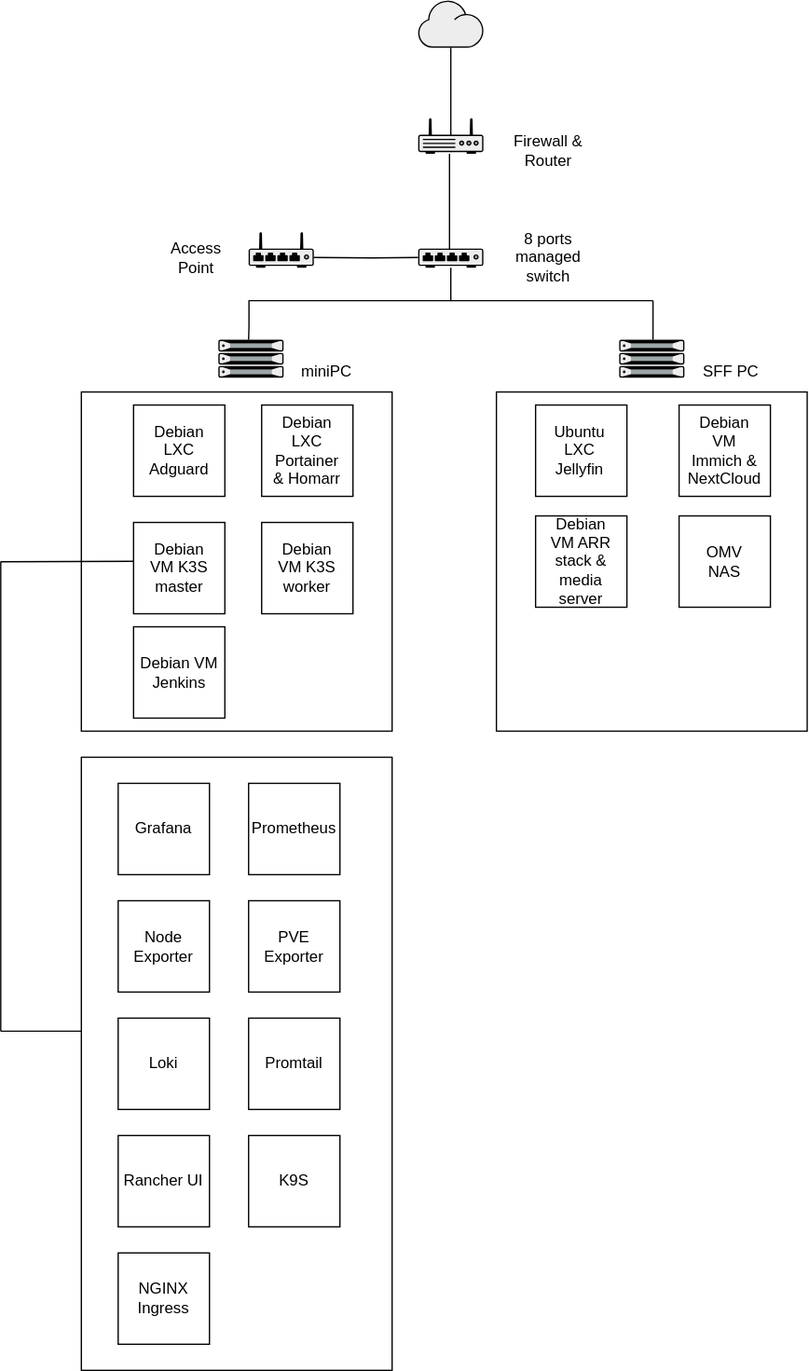
This is homelab.svg from AlexStefan17/homelab, a draw.io export, as it was before one commit. Source tidied: cells renumbered, new cells last; positions are measured from the earlier drawing's top-left corner, leaving out a move shared by most shapes.
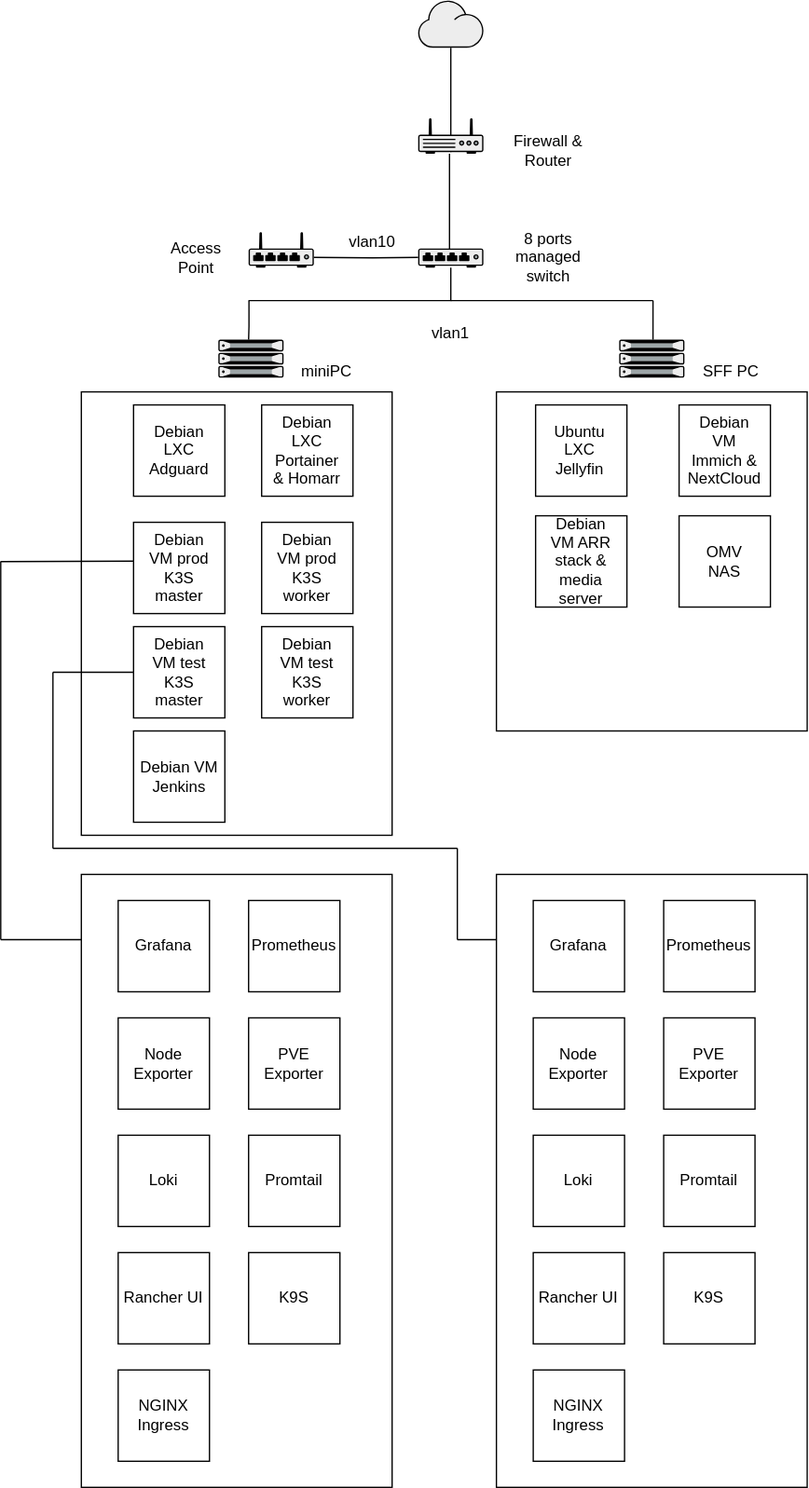
The same file after the commit.

What changed in the source:
```diff
@@ -3,7 +3,7 @@
     <mxCell id="0" />
     <mxCell id="1" parent="0" />
     <mxCell id="2" style="rounded=0;whiteSpace=wrap;html=1;" parent="1" vertex="1">
-      <mxGeometry x="61.8" y="300" width="238.2" height="260" as="geometry" />
+      <mxGeometry x="61.8" y="300" width="238.2" height="340" as="geometry" />
     </mxCell>
     <mxCell id="3" style="endArrow=none;html=1;rounded=0;" parent="1" edge="1">
       <mxGeometry relative="1" as="geometry">
@@ -107,17 +107,17 @@
     <mxCell id="25" style="whiteSpace=wrap;html=1;" parent="1" vertex="1">
       <mxGeometry x="101.8" y="400" width="70" height="70" as="geometry" />
     </mxCell>
-    <mxCell id="26" value="Debian VM K3S master" style="text;html=1;whiteSpace=wrap;strokeColor=none;fillColor=none;align=center;verticalAlign=middle;rounded=0;" parent="1" vertex="1">
+    <mxCell id="26" value="Debian VM prod K3S master" style="text;html=1;whiteSpace=wrap;strokeColor=none;fillColor=none;align=center;verticalAlign=middle;rounded=0;" parent="1" vertex="1">
       <mxGeometry x="106.8" y="420" width="60" height="30" as="geometry" />
     </mxCell>
     <mxCell id="27" style="whiteSpace=wrap;html=1;" parent="1" vertex="1">
       <mxGeometry x="200" y="400" width="70" height="70" as="geometry" />
     </mxCell>
-    <mxCell id="28" value="Debian VM K3S worker" style="text;html=1;whiteSpace=wrap;strokeColor=none;fillColor=none;align=center;verticalAlign=middle;rounded=0;" parent="1" vertex="1">
+    <mxCell id="28" value="Debian VM prod K3S worker" style="text;html=1;whiteSpace=wrap;strokeColor=none;fillColor=none;align=center;verticalAlign=middle;rounded=0;" parent="1" vertex="1">
       <mxGeometry x="205" y="420" width="60" height="30" as="geometry" />
     </mxCell>
     <mxCell id="29" value="Debian VM&lt;br&gt;Jenkins" style="whiteSpace=wrap;html=1;" parent="1" vertex="1">
-      <mxGeometry x="101.8" y="480" width="70" height="70" as="geometry" />
+      <mxGeometry x="101.8" y="560" width="70" height="70" as="geometry" />
     </mxCell>
     <mxCell id="30" style="rounded=0;whiteSpace=wrap;html=1;" parent="1" vertex="1">
       <mxGeometry x="380" y="300" width="238.2" height="260" as="geometry" />
@@ -146,41 +146,35 @@
         <mxPoint x="101.8" y="429.8" as="targetPoint" />
       </mxGeometry>
     </mxCell>
-    <mxCell id="38" style="endArrow=none;html=1;rounded=0;" parent="1" edge="1">
-      <mxGeometry relative="1" as="geometry">
-        <mxPoint y="790" as="sourcePoint" />
-        <mxPoint y="430" as="targetPoint" />
-      </mxGeometry>
-    </mxCell>
     <mxCell id="39" style="rounded=0;whiteSpace=wrap;html=1;" parent="1" vertex="1">
-      <mxGeometry x="61.8" y="580" width="238.2" height="470" as="geometry" />
+      <mxGeometry x="61.8" y="670" width="238.2" height="470" as="geometry" />
     </mxCell>
     <mxCell id="40" value="Grafana" style="whiteSpace=wrap;html=1;" parent="1" vertex="1">
-      <mxGeometry x="90" y="600" width="70" height="70" as="geometry" />
+      <mxGeometry x="90" y="690" width="70" height="70" as="geometry" />
     </mxCell>
     <mxCell id="41" value="Prometheus" style="whiteSpace=wrap;html=1;" parent="1" vertex="1">
-      <mxGeometry x="190" y="600" width="70" height="70" as="geometry" />
+      <mxGeometry x="190" y="690" width="70" height="70" as="geometry" />
     </mxCell>
     <mxCell id="42" value="Node Exporter" style="whiteSpace=wrap;html=1;" parent="1" vertex="1">
-      <mxGeometry x="90" y="690" width="70" height="70" as="geometry" />
+      <mxGeometry x="90" y="780" width="70" height="70" as="geometry" />
     </mxCell>
     <mxCell id="43" value="PVE Exporter" style="whiteSpace=wrap;html=1;" parent="1" vertex="1">
-      <mxGeometry x="190" y="690" width="70" height="70" as="geometry" />
+      <mxGeometry x="190" y="780" width="70" height="70" as="geometry" />
     </mxCell>
     <mxCell id="44" value="Loki" style="whiteSpace=wrap;html=1;" parent="1" vertex="1">
-      <mxGeometry x="90" y="780" width="70" height="70" as="geometry" />
+      <mxGeometry x="90" y="870" width="70" height="70" as="geometry" />
     </mxCell>
     <mxCell id="45" value="Promtail" style="whiteSpace=wrap;html=1;" parent="1" vertex="1">
-      <mxGeometry x="190" y="780" width="70" height="70" as="geometry" />
+      <mxGeometry x="190" y="870" width="70" height="70" as="geometry" />
     </mxCell>
     <mxCell id="46" value="Rancher UI" style="whiteSpace=wrap;html=1;" parent="1" vertex="1">
-      <mxGeometry x="90" y="870" width="70" height="70" as="geometry" />
+      <mxGeometry x="90" y="960" width="70" height="70" as="geometry" />
     </mxCell>
     <mxCell id="47" value="K9S" style="whiteSpace=wrap;html=1;" parent="1" vertex="1">
-      <mxGeometry x="190" y="870" width="70" height="70" as="geometry" />
+      <mxGeometry x="190" y="960" width="70" height="70" as="geometry" />
     </mxCell>
     <mxCell id="48" value="NGINX Ingress" style="whiteSpace=wrap;html=1;" parent="1" vertex="1">
-      <mxGeometry x="90" y="960" width="70" height="70" as="geometry" />
+      <mxGeometry x="90" y="1050" width="70" height="70" as="geometry" />
     </mxCell>
     <mxCell id="49" style="whiteSpace=wrap;html=1;" parent="1" vertex="1">
       <mxGeometry x="520" y="395" width="70" height="70" as="geometry" />
@@ -190,9 +184,93 @@
     </mxCell>
     <mxCell id="51" style="endArrow=none;html=1;rounded=0;" parent="1" edge="1">
       <mxGeometry relative="1" as="geometry">
-        <mxPoint y="790" as="sourcePoint" />
-        <mxPoint x="61.8" y="790" as="targetPoint" />
+        <mxPoint y="720" as="sourcePoint" />
+        <mxPoint x="61.8" y="720" as="targetPoint" />
       </mxGeometry>
     </mxCell>
+    <mxCell id="52" style="whiteSpace=wrap;html=1;" parent="1" vertex="1">
+      <mxGeometry x="101.8" y="480" width="70" height="70" as="geometry" />
+    </mxCell>
+    <mxCell id="53" value="Debian VM test K3S master" style="text;html=1;whiteSpace=wrap;strokeColor=none;fillColor=none;align=center;verticalAlign=middle;rounded=0;" parent="1" vertex="1">
+      <mxGeometry x="106.8" y="500" width="60" height="30" as="geometry" />
+    </mxCell>
+    <mxCell id="54" style="whiteSpace=wrap;html=1;" parent="1" vertex="1">
+      <mxGeometry x="200" y="480" width="70" height="70" as="geometry" />
+    </mxCell>
+    <mxCell id="55" value="Debian VM test K3S worker" style="text;html=1;whiteSpace=wrap;strokeColor=none;fillColor=none;align=center;verticalAlign=middle;rounded=0;" parent="1" vertex="1">
+      <mxGeometry x="205" y="500" width="60" height="30" as="geometry" />
+    </mxCell>
+    <mxCell id="56" style="endArrow=none;html=1;rounded=0;" parent="1" edge="1">
+      <mxGeometry relative="1" as="geometry">
+        <mxPoint y="720" as="sourcePoint" />
+        <mxPoint y="430" as="targetPoint" />
+      </mxGeometry>
+    </mxCell>
+    <mxCell id="57" style="rounded=0;whiteSpace=wrap;html=1;" parent="1" vertex="1">
+      <mxGeometry x="380" y="670" width="238.2" height="470" as="geometry" />
+    </mxCell>
+    <mxCell id="58" value="Grafana" style="whiteSpace=wrap;html=1;" parent="1" vertex="1">
+      <mxGeometry x="408.2" y="690" width="70" height="70" as="geometry" />
+    </mxCell>
+    <mxCell id="59" value="Prometheus" style="whiteSpace=wrap;html=1;" parent="1" vertex="1">
+      <mxGeometry x="508.2" y="690" width="70" height="70" as="geometry" />
+    </mxCell>
+    <mxCell id="60" value="Node Exporter" style="whiteSpace=wrap;html=1;" parent="1" vertex="1">
+      <mxGeometry x="408.2" y="780" width="70" height="70" as="geometry" />
+    </mxCell>
+    <mxCell id="61" value="PVE Exporter" style="whiteSpace=wrap;html=1;" parent="1" vertex="1">
+      <mxGeometry x="508.2" y="780" width="70" height="70" as="geometry" />
+    </mxCell>
+    <mxCell id="62" value="Loki" style="whiteSpace=wrap;html=1;" parent="1" vertex="1">
+      <mxGeometry x="408.2" y="870" width="70" height="70" as="geometry" />
+    </mxCell>
+    <mxCell id="63" value="Promtail" style="whiteSpace=wrap;html=1;" parent="1" vertex="1">
+      <mxGeometry x="508.2" y="870" width="70" height="70" as="geometry" />
+    </mxCell>
+    <mxCell id="64" value="Rancher UI" style="whiteSpace=wrap;html=1;" parent="1" vertex="1">
+      <mxGeometry x="408.2" y="960" width="70" height="70" as="geometry" />
+    </mxCell>
+    <mxCell id="65" value="K9S" style="whiteSpace=wrap;html=1;" parent="1" vertex="1">
+      <mxGeometry x="508.2" y="960" width="70" height="70" as="geometry" />
+    </mxCell>
+    <mxCell id="66" value="NGINX Ingress" style="whiteSpace=wrap;html=1;" parent="1" vertex="1">
+      <mxGeometry x="408.2" y="1050" width="70" height="70" as="geometry" />
+    </mxCell>
+    <mxCell id="67" style="endArrow=none;html=1;rounded=0;" parent="1" edge="1">
+      <mxGeometry relative="1" as="geometry">
+        <mxPoint x="40" y="515" as="sourcePoint" />
+        <mxPoint x="101.8" y="515" as="targetPoint" />
+      </mxGeometry>
+    </mxCell>
+    <mxCell id="68" style="endArrow=none;html=1;rounded=0;" parent="1" edge="1">
+      <mxGeometry relative="1" as="geometry">
+        <mxPoint x="40" y="650" as="sourcePoint" />
+        <mxPoint x="40" y="515" as="targetPoint" />
+      </mxGeometry>
+    </mxCell>
+    <mxCell id="69" style="endArrow=none;html=1;rounded=0;" parent="1" edge="1">
+      <mxGeometry relative="1" as="geometry">
+        <mxPoint x="40" y="650" as="sourcePoint" />
+        <mxPoint x="350" y="650" as="targetPoint" />
+      </mxGeometry>
+    </mxCell>
+    <mxCell id="70" style="endArrow=none;html=1;rounded=0;" parent="1" edge="1">
+      <mxGeometry relative="1" as="geometry">
+        <mxPoint x="350" y="720" as="sourcePoint" />
+        <mxPoint x="350" y="650" as="targetPoint" />
+      </mxGeometry>
+    </mxCell>
+    <mxCell id="71" style="endArrow=none;html=1;rounded=0;" parent="1" edge="1">
+      <mxGeometry relative="1" as="geometry">
+        <mxPoint x="350" y="720" as="sourcePoint" />
+        <mxPoint x="380" y="720" as="targetPoint" />
+      </mxGeometry>
+    </mxCell>
+    <mxCell id="72" value="vlan1" style="text;html=1;whiteSpace=wrap;strokeColor=none;fillColor=none;align=center;verticalAlign=middle;rounded=0;" parent="1" vertex="1">
+      <mxGeometry x="315" y="240" width="60" height="30" as="geometry" />
+    </mxCell>
+    <mxCell id="73" value="vlan10" style="text;html=1;whiteSpace=wrap;strokeColor=none;fillColor=none;align=center;verticalAlign=middle;rounded=0;" parent="1" vertex="1">
+      <mxGeometry x="255" y="170" width="60" height="30" as="geometry" />
+    </mxCell>
   </root>
 </mxGraphModel>
```
